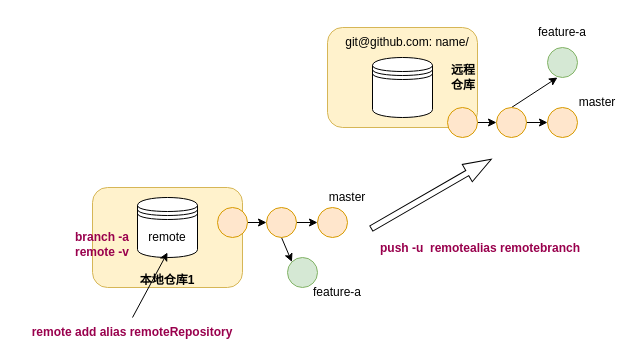
Above: gitremote2.drawio in buyouS/draw (draw.io), before the change. Source tidied: cells renumbered, new cells numbered last; positions are measured from the earlier drawing's top-left corner, leaving out a move shared by most shapes. Both pictures are drawn from the tidied source at 100%, with x=0, y=0 at pixel (17, 17).
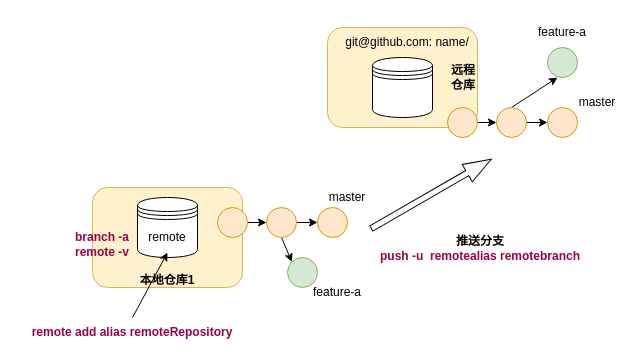
Above is the later version.

The edit, as a diff of the source:
```diff
@@
-    <mxCell id="30" value="&lt;b&gt;push -u&amp;nbsp; remotealias remotebranch&lt;/b&gt;" style="text;html=1;strokeColor=none;fillColor=none;align=center;verticalAlign=middle;whiteSpace=wrap;rounded=0;fontColor=#99004D;rotation=0;" parent="1" vertex="1">
+    <mxCell id="30" value="&lt;b&gt;&lt;font color=&quot;#000000&quot;&gt;推送分支&lt;/font&gt;&lt;br&gt;push -u&amp;nbsp; remotealias remotebranch&lt;/b&gt;" style="text;html=1;strokeColor=none;fillColor=none;align=center;verticalAlign=middle;whiteSpace=wrap;rounded=0;fontColor=#99004D;rotation=0;" parent="1" vertex="1">
       <mxGeometry x="360" y="215.7" width="206.2" height="30" as="geometry" />
     </mxCell>
```
